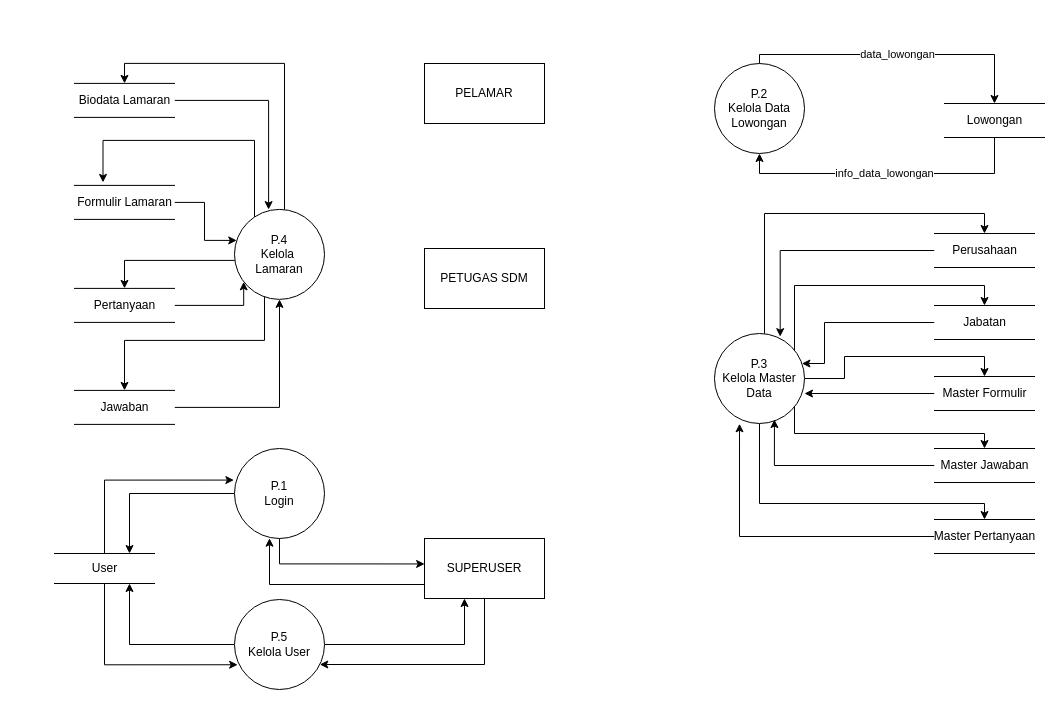
Above: page "DFD 0" (2 of 7) of DFD v2.drawio in keys2505/tugas-akhir (draw.io), before the change. Source tidied: cells renumbered, new cells numbered last; positions are measured from the earlier drawing's top-left corner, leaving out a move shared by most shapes. Both pictures are drawn from the tidied source at 100%, with x=0, y=0 at pixel (54, 54).
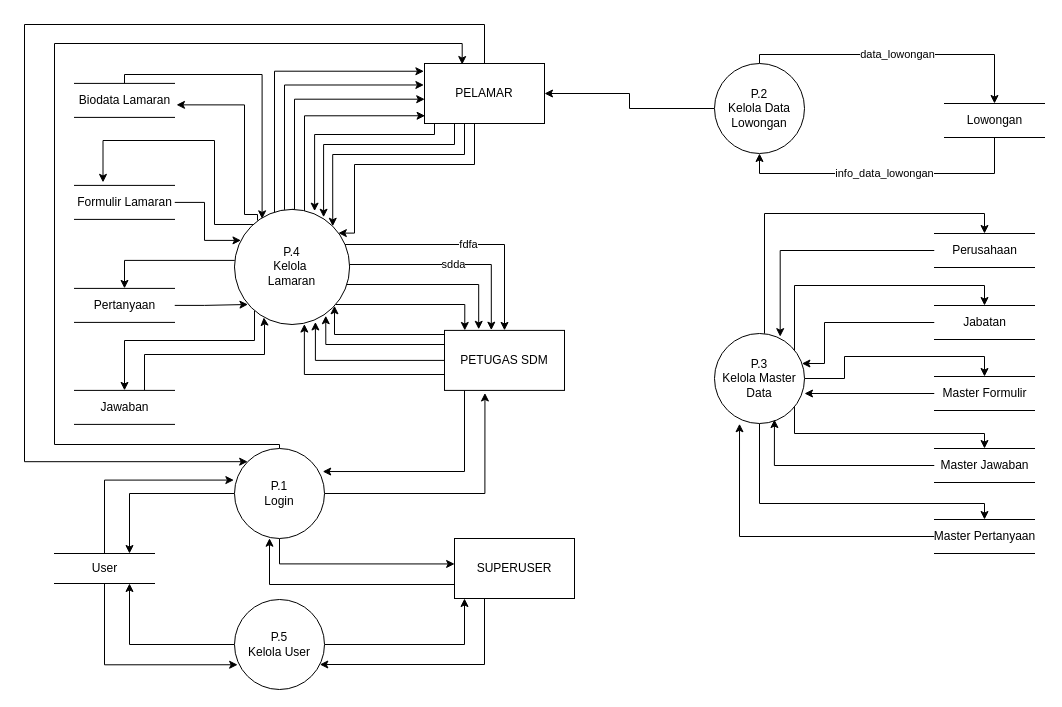
The same diagram, later.

The change refers to these unchanged cells:
```xml
<mxCell id="4" value="&lt;div&gt;P.1&lt;/div&gt;&lt;div&gt;Login&lt;br&gt;&lt;/div&gt;" style="ellipse;whiteSpace=wrap;html=1;" parent="1" vertex="1">
  <mxGeometry x="180" y="394" width="90" height="90" as="geometry" />
</mxCell>
<mxCell id="6" value="PELAMAR" style="rounded=0;whiteSpace=wrap;html=1;" parent="1" vertex="1">
  <mxGeometry x="370" y="9" width="120" height="60" as="geometry" />
</mxCell>
<mxCell id="16" value="&lt;div&gt;P.2&lt;/div&gt;&lt;div&gt;Kelola Data Lowongan&lt;br&gt;&lt;/div&gt;" style="ellipse;whiteSpace=wrap;html=1;" parent="1" vertex="1">
  <mxGeometry x="660" y="9" width="90" height="90" as="geometry" />
</mxCell>
<mxCell id="34" value="Biodata Lamaran" style="html=1;dashed=0;whitespace=wrap;shape=partialRectangle;right=0;left=0;" parent="1" vertex="1">
  <mxGeometry x="20" y="28.9" width="100" height="34" as="geometry" />
</mxCell>
<mxCell id="42" value="Pertanyaan" style="html=1;dashed=0;whitespace=wrap;shape=partialRectangle;right=0;left=0;" parent="1" vertex="1">
  <mxGeometry x="20" y="233.9" width="100" height="34" as="geometry" />
</mxCell>
<mxCell id="44" value="Jawaban" style="html=1;dashed=0;whitespace=wrap;shape=partialRectangle;right=0;left=0;" parent="1" vertex="1">
  <mxGeometry x="20" y="335.9" width="100" height="34" as="geometry" />
</mxCell>
```

Change to the diagram source:
```diff
@@
+    <mxCell id="49" style="edgeStyle=orthogonalEdgeStyle;rounded=0;jettySize=auto;html=1;entryX=0.337;entryY=1.043;entryDx=0;entryDy=0;entryPerimeter=0;" parent="1" edge="1" source="4" target="5">
+      <mxGeometry relative="1" as="geometry" />
+    </mxCell>
+    <mxCell id="50" style="edgeStyle=orthogonalEdgeStyle;rounded=0;jettySize=auto;html=1;entryX=0.314;entryY=0.017;entryDx=0;entryDy=0;entryPerimeter=0;" parent="1" edge="1" source="4" target="6">
+      <mxGeometry relative="1" as="geometry">
+        <Array as="points">
+          <mxPoint x="225" y="390" />
+          <mxPoint y="390" />
+          <mxPoint y="-11" />
+          <mxPoint x="408" y="-11" />
+        </Array>
+      </mxGeometry>
+    </mxCell>
@@
+    <mxCell id="51" style="edgeStyle=orthogonalEdgeStyle;rounded=0;jettySize=auto;html=1;entryX=0.98;entryY=0.256;entryDx=0;entryDy=0;entryPerimeter=0;" parent="1" edge="1" source="5" target="4">
+      <mxGeometry relative="1" as="geometry">
+        <Array as="points">
+          <mxPoint x="410" y="417" />
+        </Array>
+      </mxGeometry>
+    </mxCell>
+    <mxCell id="52" style="edgeStyle=orthogonalEdgeStyle;rounded=0;jettySize=auto;html=1;" parent="1" edge="1" source="5" target="27">
+      <mxGeometry relative="1" as="geometry">
+        <Array as="points">
+          <mxPoint x="280" y="280" />
+        </Array>
+      </mxGeometry>
+    </mxCell>
+    <mxCell id="53" style="edgeStyle=orthogonalEdgeStyle;rounded=0;jettySize=auto;html=1;entryX=0.793;entryY=0.924;entryDx=0;entryDy=0;entryPerimeter=0;" parent="1" edge="1" source="5" target="27">
+      <mxGeometry relative="1" as="geometry">
+        <Array as="points">
+          <mxPoint x="271" y="290" />
+        </Array>
+      </mxGeometry>
+    </mxCell>
+    <mxCell id="54" style="edgeStyle=orthogonalEdgeStyle;rounded=0;jettySize=auto;html=1;entryX=0.703;entryY=0.978;entryDx=0;entryDy=0;entryPerimeter=0;" parent="1" edge="1" source="5" target="27">
+      <mxGeometry relative="1" as="geometry" />
+    </mxCell>
+    <mxCell id="55" style="edgeStyle=orthogonalEdgeStyle;rounded=0;jettySize=auto;html=1;entryX=0.607;entryY=0.996;entryDx=0;entryDy=0;entryPerimeter=0;" parent="1" edge="1" source="5" target="27">
+      <mxGeometry relative="1" as="geometry">
+        <Array as="points">
+          <mxPoint x="250" y="320" />
+        </Array>
+      </mxGeometry>
+    </mxCell>
     <mxCell id="5" value="PETUGAS SDM" style="rounded=0;whiteSpace=wrap;html=1;" parent="1" vertex="1">
-      <mxGeometry x="370" y="194" width="120" height="60" as="geometry" />
+      <mxGeometry x="390" y="275.9" width="120" height="60" as="geometry" />
     </mxCell>
+    <mxCell id="56" style="edgeStyle=orthogonalEdgeStyle;rounded=0;jettySize=auto;html=1;entryX=0;entryY=0;entryDx=0;entryDy=0;exitX=0.5;exitY=0;exitDx=0;exitDy=0;" parent="1" edge="1" source="6" target="4">
+      <mxGeometry relative="1" as="geometry">
+        <Array as="points">
+          <mxPoint x="430" y="-30" />
+          <mxPoint x="-30" y="-30" />
+          <mxPoint x="-30" y="407" />
+        </Array>
+      </mxGeometry>
+    </mxCell>
+    <mxCell id="57" style="edgeStyle=orthogonalEdgeStyle;rounded=0;jettySize=auto;html=1;entryX=0.696;entryY=0.015;entryDx=0;entryDy=0;entryPerimeter=0;" parent="1" edge="1" source="6" target="27">
+      <mxGeometry relative="1" as="geometry">
+        <Array as="points">
+          <mxPoint x="380" y="80" />
+          <mxPoint x="260" y="80" />
+        </Array>
+      </mxGeometry>
+    </mxCell>
+    <mxCell id="58" style="edgeStyle=orthogonalEdgeStyle;rounded=0;jettySize=auto;html=1;entryX=0.774;entryY=0.068;entryDx=0;entryDy=0;entryPerimeter=0;" parent="1" edge="1" source="6" target="27">
+      <mxGeometry relative="1" as="geometry">
+        <Array as="points">
+          <mxPoint x="400" y="90" />
+          <mxPoint x="269" y="90" />
+        </Array>
+      </mxGeometry>
+    </mxCell>
+    <mxCell id="59" style="edgeStyle=orthogonalEdgeStyle;rounded=0;jettySize=auto;html=1;entryX=1;entryY=0;entryDx=0;entryDy=0;" parent="1" edge="1" source="6" target="27">
+      <mxGeometry relative="1" as="geometry">
+        <Array as="points">
+          <mxPoint x="410" y="100" />
+          <mxPoint x="278" y="100" />
+        </Array>
+      </mxGeometry>
+    </mxCell>
+    <mxCell id="60" style="edgeStyle=orthogonalEdgeStyle;rounded=0;jettySize=auto;html=1;entryX=0.902;entryY=0.206;entryDx=0;entryDy=0;entryPerimeter=0;" parent="1" edge="1" source="6" target="27">
+      <mxGeometry relative="1" as="geometry">
+        <Array as="points">
+          <mxPoint x="420" y="110" />
+          <mxPoint x="300" y="110" />
+          <mxPoint x="300" y="179" />
+        </Array>
+      </mxGeometry>
+    </mxCell>
@@
     <mxCell id="9" value="SUPERUSER" style="rounded=0;whiteSpace=wrap;html=1;" parent="1" vertex="1">
-      <mxGeometry x="370" y="484" width="120" height="60" as="geometry" />
+      <mxGeometry x="400" y="484" width="120" height="60" as="geometry" />
     </mxCell>
@@
+    <mxCell id="61" style="edgeStyle=orthogonalEdgeStyle;rounded=0;jettySize=auto;html=1;" parent="1" edge="1" source="16" target="6">
+      <mxGeometry relative="1" as="geometry" />
+    </mxCell>
@@
-    <mxCell id="23" style="edgeStyle=orthogonalEdgeStyle;rounded=0;jettySize=auto;html=1;entryX=0.5;entryY=0;entryDx=0;entryDy=0;" parent="1" edge="1" source="27" target="34">
-      <mxGeometry relative="1" as="geometry">
-        <Array as="points">
-          <mxPoint x="230" y="8.9" />
-          <mxPoint x="70" y="8.9" />
-        </Array>
-      </mxGeometry>
-    </mxCell>
     <mxCell id="24" style="edgeStyle=orthogonalEdgeStyle;rounded=0;jettySize=auto;html=1;" parent="1" edge="1" source="27">
       <mxGeometry relative="1" as="geometry">
         <mxPoint x="48.5" y="127.9" as="targetPoint" />
         <Array as="points">
-          <mxPoint x="200" y="85.9" />
-          <mxPoint x="49" y="85.9" />
+          <mxPoint x="160" y="170" />
+          <mxPoint x="160" y="86" />
+          <mxPoint x="48" y="86" />
         </Array>
       </mxGeometry>
     </mxCell>
@@
     <mxCell id="26" style="edgeStyle=orthogonalEdgeStyle;rounded=0;jettySize=auto;html=1;entryX=0.5;entryY=0;entryDx=0;entryDy=0;" parent="1" edge="1" source="27" target="44">
       <mxGeometry relative="1" as="geometry">
         <Array as="points">
-          <mxPoint x="210" y="285.9" />
-          <mxPoint x="70" y="285.9" />
+          <mxPoint x="200" y="286" />
+          <mxPoint x="70" y="286" />
         </Array>
       </mxGeometry>
     </mxCell>
+    <mxCell id="62" style="edgeStyle=orthogonalEdgeStyle;rounded=0;jettySize=auto;html=1;entryX=-0.005;entryY=0.129;entryDx=0;entryDy=0;entryPerimeter=0;" parent="1" edge="1" source="27" target="6">
+      <mxGeometry relative="1" as="geometry">
+        <Array as="points">
+          <mxPoint x="220" y="17" />
+        </Array>
+      </mxGeometry>
+    </mxCell>
+    <mxCell id="63" style="edgeStyle=orthogonalEdgeStyle;rounded=0;jettySize=auto;html=1;entryX=-0.005;entryY=0.358;entryDx=0;entryDy=0;entryPerimeter=0;" parent="1" edge="1" source="27" target="6">
+      <mxGeometry relative="1" as="geometry">
+        <Array as="points">
+          <mxPoint x="230" y="30" />
+        </Array>
+      </mxGeometry>
+    </mxCell>
+    <mxCell id="64" style="edgeStyle=orthogonalEdgeStyle;rounded=0;jettySize=auto;html=1;entryX=0.002;entryY=0.595;entryDx=0;entryDy=0;entryPerimeter=0;exitX=0.5;exitY=0;exitDx=0;exitDy=0;" parent="1" edge="1" source="27" target="6">
+      <mxGeometry relative="1" as="geometry">
+        <Array as="points">
+          <mxPoint x="240" y="155" />
+          <mxPoint x="240" y="45" />
+        </Array>
+      </mxGeometry>
+    </mxCell>
+    <mxCell id="23" style="edgeStyle=orthogonalEdgeStyle;rounded=0;jettySize=auto;html=1;exitX=0.2;exitY=0.097;exitDx=0;exitDy=0;exitPerimeter=0;entryX=1.02;entryY=0.631;entryDx=0;entryDy=0;entryPerimeter=0;" parent="1" edge="1" source="27" target="34">
+      <mxGeometry relative="1" as="geometry">
+        <Array as="points">
+          <mxPoint x="203" y="160" />
+          <mxPoint x="190" y="160" />
+          <mxPoint x="190" y="50" />
+        </Array>
+      </mxGeometry>
+    </mxCell>
+    <mxCell id="65" style="edgeStyle=orthogonalEdgeStyle;rounded=0;jettySize=auto;html=1;entryX=0.005;entryY=0.871;entryDx=0;entryDy=0;entryPerimeter=0;exitX=0.566;exitY=0.025;exitDx=0;exitDy=0;exitPerimeter=0;" parent="1" edge="1" source="27" target="6">
+      <mxGeometry relative="1" as="geometry">
+        <Array as="points">
+          <mxPoint x="250" y="158" />
+          <mxPoint x="250" y="61" />
+        </Array>
+      </mxGeometry>
+    </mxCell>
+    <mxCell id="66" value="fdfa" style="edgeStyle=orthogonalEdgeStyle;rounded=0;jettySize=auto;html=1;entryX=0.5;entryY=0;entryDx=0;entryDy=0;" parent="1" edge="1" source="27" target="5">
+      <mxGeometry relative="1" as="geometry">
+        <Array as="points">
+          <mxPoint x="450" y="190" />
+        </Array>
+      </mxGeometry>
+    </mxCell>
+    <mxCell id="67" value="sdda" style="edgeStyle=orthogonalEdgeStyle;rounded=0;jettySize=auto;html=1;entryX=0.39;entryY=-0.004;entryDx=0;entryDy=0;entryPerimeter=0;" parent="1" edge="1" source="27" target="5">
+      <mxGeometry relative="1" as="geometry">
+        <Array as="points">
+          <mxPoint x="437" y="210" />
+        </Array>
+      </mxGeometry>
+    </mxCell>
+    <mxCell id="68" style="edgeStyle=orthogonalEdgeStyle;rounded=0;jettySize=auto;html=1;entryX=0.285;entryY=-0.018;entryDx=0;entryDy=0;entryPerimeter=0;" parent="1" edge="1" source="27" target="5">
+      <mxGeometry relative="1" as="geometry">
+        <Array as="points">
+          <mxPoint x="424" y="230" />
+        </Array>
+      </mxGeometry>
+    </mxCell>
+    <mxCell id="69" style="edgeStyle=orthogonalEdgeStyle;rounded=0;jettySize=auto;html=1;entryX=0.169;entryY=0.001;entryDx=0;entryDy=0;entryPerimeter=0;" parent="1" edge="1" source="27" target="5">
+      <mxGeometry relative="1" as="geometry">
+        <Array as="points">
+          <mxPoint x="410" y="250" />
+        </Array>
+      </mxGeometry>
+    </mxCell>
     <mxCell id="27" value="&lt;div&gt;P.4&lt;/div&gt;&lt;div&gt;Kelola&amp;nbsp;&lt;/div&gt;&lt;div&gt;&lt;span style=&quot;background-color: initial;&quot;&gt;Lamaran&lt;/span&gt;&lt;br&gt;&lt;/div&gt;" style="ellipse;whiteSpace=wrap;html=1;" parent="1" vertex="1">
-      <mxGeometry x="180" y="154.9" width="90" height="90" as="geometry" />
+      <mxGeometry x="180" y="154.9" width="115.1" height="115.1" as="geometry" />
     </mxCell>
@@
-    <mxCell id="33" style="edgeStyle=orthogonalEdgeStyle;rounded=0;jettySize=auto;html=1;entryX=0.379;entryY=0.002;entryDx=0;entryDy=0;entryPerimeter=0;" parent="1" edge="1" source="34" target="27">
-      <mxGeometry relative="1" as="geometry" />
+    <mxCell id="33" style="edgeStyle=orthogonalEdgeStyle;rounded=0;jettySize=auto;html=1;entryX=0.24;entryY=0.082;entryDx=0;entryDy=0;entryPerimeter=0;" parent="1" edge="1" source="34" target="27">
+      <mxGeometry relative="1" as="geometry">
+        <Array as="points">
+          <mxPoint x="70" y="20" />
+          <mxPoint x="208" y="20" />
+        </Array>
+      </mxGeometry>
     </mxCell>
@@
-    <mxCell id="41" style="edgeStyle=orthogonalEdgeStyle;rounded=0;jettySize=auto;html=1;entryX=0.102;entryY=0.805;entryDx=0;entryDy=0;entryPerimeter=0;" parent="1" edge="1" source="42" target="27">
-      <mxGeometry relative="1" as="geometry">
-        <Array as="points">
-          <mxPoint x="190" y="250.9" />
-          <mxPoint x="190" y="227.9" />
-        </Array>
-      </mxGeometry>
+    <mxCell id="41" style="edgeStyle=orthogonalEdgeStyle;rounded=0;jettySize=auto;html=1;entryX=0.117;entryY=0.826;entryDx=0;entryDy=0;entryPerimeter=0;" parent="1" edge="1" source="42" target="27">
+      <mxGeometry relative="1" as="geometry" />
     </mxCell>
@@
-    <mxCell id="43" style="edgeStyle=orthogonalEdgeStyle;rounded=0;jettySize=auto;html=1;entryX=0.5;entryY=1;entryDx=0;entryDy=0;" parent="1" edge="1" source="44" target="27">
-      <mxGeometry relative="1" as="geometry" />
+    <mxCell id="43" style="edgeStyle=orthogonalEdgeStyle;rounded=0;jettySize=auto;html=1;entryX=0.255;entryY=0.938;entryDx=0;entryDy=0;entryPerimeter=0;" parent="1" edge="1" source="44" target="27">
+      <mxGeometry relative="1" as="geometry">
+        <Array as="points">
+          <mxPoint x="90" y="300" />
+          <mxPoint x="210" y="300" />
+          <mxPoint x="210" y="270" />
+          <mxPoint x="209" y="270" />
+        </Array>
+      </mxGeometry>
     </mxCell>
```
